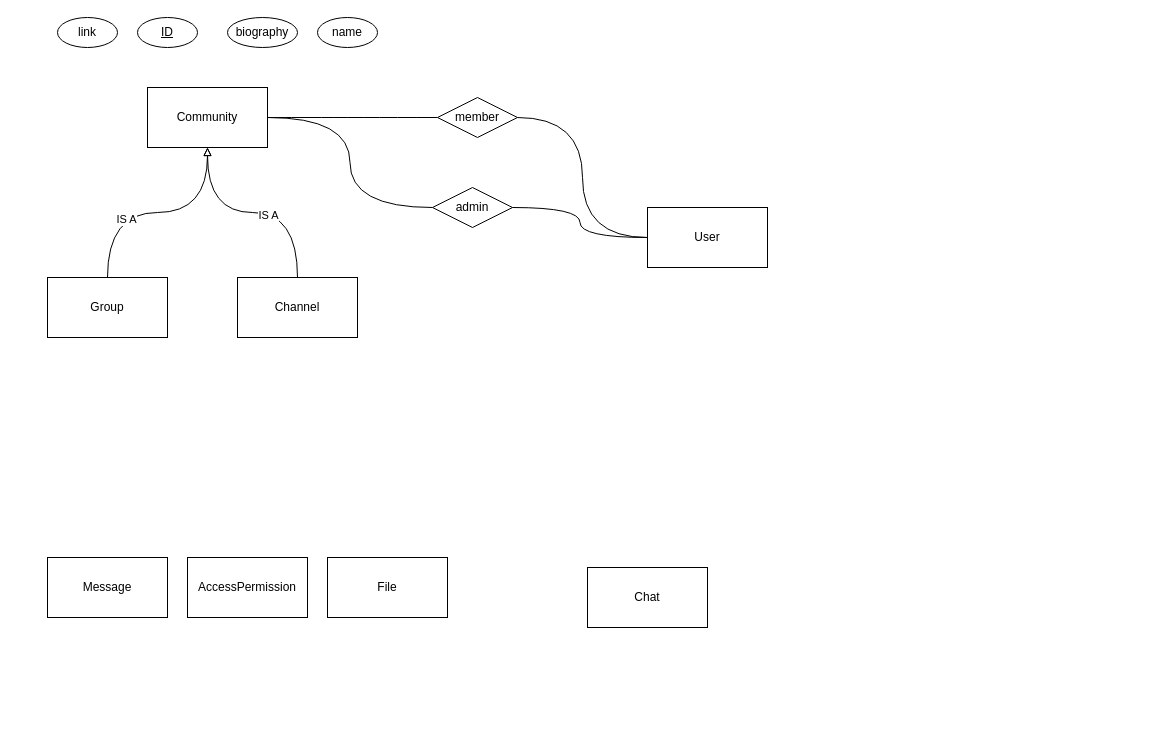
The draw.io diagram ER.drawio in MohsenDehghankar/db-project, before the edit. Source tidied: cells renumbered, new cells numbered last; positions are measured from the earlier drawing's top-left corner, leaving out a move shared by most shapes. Both pictures are drawn from the tidied source at 100%, with x=0, y=0 at pixel (47, 17).
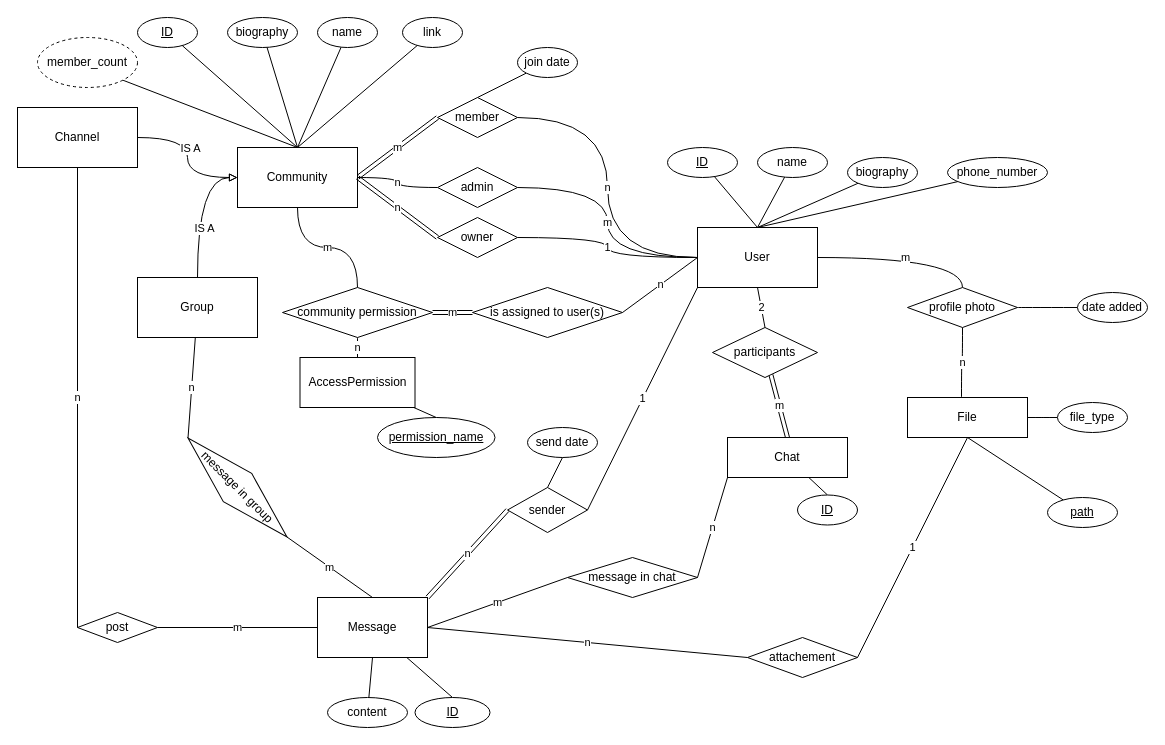
The same page after the edit.

Commit message:
update realtion ships

The change refers to these unchanged cells:
```xml
<mxCell id="15" value="&lt;u&gt;ID&lt;/u&gt;" style="ellipse;whiteSpace=wrap;html=1;" parent="1" vertex="1">
  <mxGeometry x="90" width="60" height="30" as="geometry" />
</mxCell>
<mxCell id="16" value="name" style="ellipse;whiteSpace=wrap;html=1;" parent="1" vertex="1">
  <mxGeometry x="270" width="60" height="30" as="geometry" />
</mxCell>
<mxCell id="17" value="biography" style="ellipse;whiteSpace=wrap;html=1;" parent="1" vertex="1">
  <mxGeometry x="180" width="70" height="30" as="geometry" />
</mxCell>
<mxCell id="21" value="member" style="rhombus;whiteSpace=wrap;html=1;" parent="1" vertex="1">
  <mxGeometry x="390" y="80" width="80" height="40" as="geometry" />
</mxCell>
```

What changed in the source:
```diff
@@
-    <mxCell id="2" style="edgeStyle=orthogonalEdgeStyle;curved=1;rounded=0;jettySize=auto;html=1;exitX=0.5;exitY=0;exitDx=0;exitDy=0;startArrow=none;startFill=0;endArrow=block;endFill=0;strokeColor=#000000;entryX=0.5;entryY=1;entryDx=0;entryDy=0;" parent="1" edge="1" source="4" target="20">
+    <mxCell id="2" style="edgeStyle=orthogonalEdgeStyle;curved=1;rounded=0;jettySize=auto;html=1;exitX=0.5;exitY=0;exitDx=0;exitDy=0;startArrow=none;startFill=0;endArrow=block;endFill=0;strokeColor=#000000;entryX=0;entryY=0.5;entryDx=0;entryDy=0;entryPerimeter=0;" parent="1" edge="1" source="4" target="20">
       <mxGeometry relative="1" as="geometry" />
     </mxCell>
@@
+    <mxCell id="24" value="n" style="edgeStyle=none;jettySize=auto;html=1;entryX=0;entryY=0.5;entryDx=0;entryDy=0;startArrow=none;startFill=0;endArrow=none;endFill=0;strokeColor=#000000;" parent="1" edge="1" source="4" target="78">
+      <mxGeometry relative="1" as="geometry" />
+    </mxCell>
     <mxCell id="4" value="Group" style="rounded=0;whiteSpace=wrap;html=1;" parent="1" vertex="1">
-      <mxGeometry y="260" width="120" height="60" as="geometry" />
+      <mxGeometry x="90" y="260" width="120" height="60" as="geometry" />
     </mxCell>
-    <mxCell id="5" style="edgeStyle=orthogonalEdgeStyle;curved=1;jettySize=auto;html=1;exitX=0;exitY=0.5;exitDx=0;exitDy=0;entryX=1;entryY=0.5;entryDx=0;entryDy=0;startArrow=none;startFill=0;endArrow=none;endFill=0;strokeColor=#000000;" parent="1" edge="1" source="7" target="21">
+    <mxCell id="5" value="n" style="edgeStyle=orthogonalEdgeStyle;curved=1;jettySize=auto;html=1;exitX=0;exitY=0.5;exitDx=0;exitDy=0;entryX=1;entryY=0.5;entryDx=0;entryDy=0;startArrow=none;startFill=0;endArrow=none;endFill=0;strokeColor=#000000;" parent="1" edge="1" source="7" target="21">
       <mxGeometry relative="1" as="geometry" />
     </mxCell>
-    <mxCell id="6" style="edgeStyle=orthogonalEdgeStyle;curved=1;jettySize=auto;html=1;exitX=0;exitY=0.5;exitDx=0;exitDy=0;entryX=1;entryY=0.5;entryDx=0;entryDy=0;startArrow=none;startFill=0;endArrow=none;endFill=0;strokeColor=#000000;" parent="1" edge="1" source="7" target="23">
+    <mxCell id="6" value="m" style="edgeStyle=orthogonalEdgeStyle;curved=1;jettySize=auto;html=1;exitX=0;exitY=0.5;exitDx=0;exitDy=0;entryX=1;entryY=0.5;entryDx=0;entryDy=0;startArrow=none;startFill=0;endArrow=none;endFill=0;strokeColor=#000000;" parent="1" edge="1" source="7" target="23">
       <mxGeometry relative="1" as="geometry" />
     </mxCell>
+    <mxCell id="25" value="m" style="edgeStyle=orthogonalEdgeStyle;curved=1;jettySize=auto;html=1;entryX=0.5;entryY=0;entryDx=0;entryDy=0;startArrow=none;startFill=0;endArrow=none;endFill=0;strokeColor=#000000;" parent="1" edge="1" source="7" target="55">
+      <mxGeometry relative="1" as="geometry" />
+    </mxCell>
+    <mxCell id="26" value="1" style="edgeStyle=none;jettySize=auto;html=1;exitX=0;exitY=1;exitDx=0;exitDy=0;entryX=1;entryY=0.5;entryDx=0;entryDy=0;startArrow=none;startFill=0;endArrow=none;endFill=0;strokeColor=#000000;" parent="1" edge="1" source="7" target="68">
+      <mxGeometry relative="1" as="geometry" />
+    </mxCell>
     <mxCell id="7" value="User" style="rounded=0;whiteSpace=wrap;html=1;" parent="1" vertex="1">
-      <mxGeometry x="600" y="190" width="120" height="60" as="geometry" />
+      <mxGeometry x="650" y="210" width="120" height="60" as="geometry" />
     </mxCell>
+    <mxCell id="27" style="edgeStyle=none;jettySize=auto;html=1;entryX=0.5;entryY=0;entryDx=0;entryDy=0;startArrow=none;startFill=0;endArrow=none;endFill=0;strokeColor=#000000;" parent="1" edge="1" source="8" target="71">
+      <mxGeometry relative="1" as="geometry" />
+    </mxCell>
+    <mxCell id="28" value="n" style="edgeStyle=none;jettySize=auto;html=1;exitX=1;exitY=0.5;exitDx=0;exitDy=0;entryX=0;entryY=0.5;entryDx=0;entryDy=0;startArrow=none;startFill=0;endArrow=none;endFill=0;strokeColor=#000000;" parent="1" edge="1" source="8" target="74">
+      <mxGeometry relative="1" as="geometry" />
+    </mxCell>
     <mxCell id="8" value="Message" style="rounded=0;whiteSpace=wrap;html=1;" parent="1" vertex="1">
-      <mxGeometry y="540" width="120" height="60" as="geometry" />
+      <mxGeometry x="270" y="580" width="110" height="60" as="geometry" />
     </mxCell>
+    <mxCell id="29" style="edgeStyle=none;jettySize=auto;html=1;entryX=0.5;entryY=0;entryDx=0;entryDy=0;startArrow=none;startFill=0;endArrow=none;endFill=0;strokeColor=#000000;" parent="1" edge="1" source="9" target="64">
+      <mxGeometry relative="1" as="geometry" />
+    </mxCell>
     <mxCell id="9" value="AccessPermission" style="rounded=0;whiteSpace=wrap;html=1;" parent="1" vertex="1">
-      <mxGeometry x="140" y="540" width="120" height="60" as="geometry" />
+      <mxGeometry x="252.5" y="340" width="115" height="50" as="geometry" />
     </mxCell>
+    <mxCell id="30" style="edgeStyle=orthogonalEdgeStyle;curved=1;jettySize=auto;html=1;entryX=0;entryY=0.5;entryDx=0;entryDy=0;startArrow=none;startFill=0;endArrow=none;endFill=0;strokeColor=#000000;" parent="1" edge="1" source="10" target="57">
+      <mxGeometry relative="1" as="geometry" />
+    </mxCell>
+    <mxCell id="31" value="1" style="jettySize=auto;html=1;exitX=0.5;exitY=1;exitDx=0;exitDy=0;entryX=1;entryY=0.5;entryDx=0;entryDy=0;startArrow=none;startFill=0;endArrow=none;endFill=0;strokeColor=#000000;" parent="1" edge="1" source="10" target="74">
+      <mxGeometry relative="1" as="geometry" />
+    </mxCell>
     <mxCell id="10" value="File" style="rounded=0;whiteSpace=wrap;html=1;" parent="1" vertex="1">
-      <mxGeometry x="280" y="540" width="120" height="60" as="geometry" />
+      <mxGeometry x="860" y="380" width="120" height="40" as="geometry" />
     </mxCell>
-    <mxCell id="11" style="edgeStyle=orthogonalEdgeStyle;curved=1;rounded=0;jettySize=auto;html=1;entryX=0.5;entryY=1;entryDx=0;entryDy=0;startArrow=none;startFill=0;endArrow=block;endFill=0;strokeColor=#000000;" parent="1" edge="1" source="13" target="20">
+    <mxCell id="11" style="edgeStyle=orthogonalEdgeStyle;curved=1;rounded=0;jettySize=auto;html=1;entryX=0;entryY=0.5;entryDx=0;entryDy=0;startArrow=none;startFill=0;endArrow=block;endFill=0;strokeColor=#000000;" parent="1" edge="1" source="13" target="20">
       <mxGeometry relative="1" as="geometry" />
     </mxCell>
@@
+    <mxCell id="32" value="n" style="edgeStyle=none;jettySize=auto;html=1;exitX=0.5;exitY=1;exitDx=0;exitDy=0;entryX=0;entryY=0.5;entryDx=0;entryDy=0;startArrow=none;startFill=0;endArrow=none;endFill=0;strokeColor=#000000;" parent="1" edge="1" source="13" target="76">
+      <mxGeometry relative="1" as="geometry" />
+    </mxCell>
     <mxCell id="13" value="Channel" style="rounded=0;whiteSpace=wrap;html=1;" parent="1" vertex="1">
-      <mxGeometry x="190" y="260" width="120" height="60" as="geometry" />
+      <mxGeometry x="-30" y="90" width="120" height="60" as="geometry" />
     </mxCell>
+    <mxCell id="33" style="edgeStyle=none;jettySize=auto;html=1;entryX=0.5;entryY=0;entryDx=0;entryDy=0;startArrow=none;startFill=0;endArrow=none;endFill=0;strokeColor=#000000;" parent="1" edge="1" source="14" target="63">
+      <mxGeometry relative="1" as="geometry" />
+    </mxCell>
+    <mxCell id="34" value="n" style="edgeStyle=none;jettySize=auto;html=1;exitX=0;exitY=1;exitDx=0;exitDy=0;entryX=1;entryY=0.5;entryDx=0;entryDy=0;startArrow=none;startFill=0;endArrow=none;endFill=0;strokeColor=#000000;" parent="1" edge="1" source="14" target="80">
+      <mxGeometry relative="1" as="geometry" />
+    </mxCell>
     <mxCell id="14" value="Chat" style="rounded=0;whiteSpace=wrap;html=1;" parent="1" vertex="1">
-      <mxGeometry x="540" y="550" width="120" height="60" as="geometry" />
+      <mxGeometry x="680" y="420" width="120" height="40" as="geometry" />
     </mxCell>
+    <mxCell id="35" style="jettySize=auto;html=1;entryX=0.5;entryY=0;entryDx=0;entryDy=0;startArrow=none;startFill=0;endArrow=none;endFill=0;strokeColor=#000000;" parent="1" edge="1" source="15" target="20">
+      <mxGeometry relative="1" as="geometry" />
+    </mxCell>
@@
+    <mxCell id="36" style="edgeStyle=none;jettySize=auto;html=1;startArrow=none;startFill=0;endArrow=none;endFill=0;strokeColor=#000000;" parent="1" edge="1" source="16">
+      <mxGeometry relative="1" as="geometry">
+        <mxPoint x="250" y="130" as="targetPoint" />
+      </mxGeometry>
+    </mxCell>
@@
+    <mxCell id="37" style="edgeStyle=none;jettySize=auto;html=1;entryX=0.5;entryY=0;entryDx=0;entryDy=0;startArrow=none;startFill=0;endArrow=none;endFill=0;strokeColor=#000000;" parent="1" edge="1" source="17" target="20">
+      <mxGeometry relative="1" as="geometry" />
+    </mxCell>
@@
+    <mxCell id="38" style="edgeStyle=none;jettySize=auto;html=1;entryX=0.5;entryY=0;entryDx=0;entryDy=0;startArrow=none;startFill=0;endArrow=none;endFill=0;strokeColor=#000000;" parent="1" edge="1" source="18" target="20">
+      <mxGeometry relative="1" as="geometry" />
+    </mxCell>
     <mxCell id="18" value="link" style="ellipse;whiteSpace=wrap;html=1;" parent="1" vertex="1">
-      <mxGeometry x="10" width="60" height="30" as="geometry" />
+      <mxGeometry x="355" width="60" height="30" as="geometry" />
     </mxCell>
-    <mxCell id="19" style="edgeStyle=orthogonalEdgeStyle;jettySize=auto;html=1;exitX=1;exitY=0.5;exitDx=0;exitDy=0;entryX=0;entryY=0.5;entryDx=0;entryDy=0;startArrow=none;startFill=0;endArrow=none;endFill=0;strokeColor=#000000;curved=1;" parent="1" edge="1" source="20" target="21">
+    <mxCell id="19" value="m" style="jettySize=auto;html=1;exitX=1;exitY=0.5;exitDx=0;exitDy=0;entryX=0;entryY=0.5;entryDx=0;entryDy=0;startArrow=none;startFill=0;endArrow=none;endFill=0;strokeColor=#000000;shape=link;" parent="1" edge="1" source="20" target="21">
       <mxGeometry relative="1" as="geometry" />
     </mxCell>
     <mxCell id="20" value="Community" style="rounded=0;whiteSpace=wrap;html=1;" parent="1" vertex="1">
-      <mxGeometry x="100" y="70" width="120" height="60" as="geometry" />
+      <mxGeometry x="190" y="130" width="120" height="60" as="geometry" />
     </mxCell>
@@
-    <mxCell id="22" style="edgeStyle=orthogonalEdgeStyle;curved=1;jettySize=auto;html=1;exitX=0;exitY=0.5;exitDx=0;exitDy=0;entryX=1;entryY=0.5;entryDx=0;entryDy=0;startArrow=none;startFill=0;endArrow=none;endFill=0;strokeColor=#000000;" parent="1" edge="1" source="23" target="20">
+    <mxCell id="22" value="n" style="edgeStyle=orthogonalEdgeStyle;curved=1;jettySize=auto;html=1;exitX=0;exitY=0.5;exitDx=0;exitDy=0;entryX=1;entryY=0.5;entryDx=0;entryDy=0;startArrow=none;startFill=0;endArrow=none;endFill=0;strokeColor=#000000;" parent="1" edge="1" source="23" target="20">
       <mxGeometry relative="1" as="geometry" />
     </mxCell>
     <mxCell id="23" value="admin" style="rhombus;whiteSpace=wrap;html=1;" parent="1" vertex="1">
-      <mxGeometry x="385" y="170" width="80" height="40" as="geometry" />
+      <mxGeometry x="390" y="150" width="80" height="40" as="geometry" />
     </mxCell>
+    <mxCell id="39" value="m" style="edgeStyle=orthogonalEdgeStyle;curved=1;jettySize=auto;html=1;entryX=0.5;entryY=1;entryDx=0;entryDy=0;startArrow=none;startFill=0;endArrow=none;endFill=0;strokeColor=#000000;" parent="1" edge="1" source="41" target="20">
+      <mxGeometry relative="1" as="geometry" />
+    </mxCell>
+    <mxCell id="40" value="n" style="edgeStyle=orthogonalEdgeStyle;curved=1;jettySize=auto;html=1;exitX=0.5;exitY=1;exitDx=0;exitDy=0;entryX=0.5;entryY=0;entryDx=0;entryDy=0;startArrow=none;startFill=0;endArrow=none;endFill=0;strokeColor=#000000;" parent="1" edge="1" source="41" target="9">
+      <mxGeometry relative="1" as="geometry" />
+    </mxCell>
+    <mxCell id="41" value="community permission" style="rhombus;whiteSpace=wrap;html=1;" parent="1" vertex="1">
+      <mxGeometry x="235" y="270" width="150" height="50" as="geometry" />
+    </mxCell>
+    <mxCell id="42" value="n" style="edgeStyle=none;jettySize=auto;html=1;exitX=1;exitY=0.5;exitDx=0;exitDy=0;entryX=0;entryY=0.5;entryDx=0;entryDy=0;startArrow=none;startFill=0;endArrow=none;endFill=0;strokeColor=#000000;" parent="1" edge="1" source="44" target="7">
+      <mxGeometry relative="1" as="geometry" />
+    </mxCell>
+    <mxCell id="43" value="m" style="edgeStyle=none;jettySize=auto;html=1;exitX=0;exitY=0.5;exitDx=0;exitDy=0;entryX=1;entryY=0.5;entryDx=0;entryDy=0;startArrow=none;startFill=0;endArrow=none;endFill=0;strokeColor=#000000;shape=link;" parent="1" edge="1" source="44" target="41">
+      <mxGeometry relative="1" as="geometry" />
+    </mxCell>
+    <mxCell id="44" value="is assigned to user(s)" style="rhombus;whiteSpace=wrap;html=1;" parent="1" vertex="1">
+      <mxGeometry x="425" y="270" width="150" height="50" as="geometry" />
+    </mxCell>
+    <mxCell id="45" style="edgeStyle=none;jettySize=auto;html=1;entryX=0.5;entryY=0;entryDx=0;entryDy=0;startArrow=none;startFill=0;endArrow=none;endFill=0;strokeColor=#000000;" parent="1" edge="1" source="46" target="7">
+      <mxGeometry relative="1" as="geometry" />
+    </mxCell>
+    <mxCell id="46" value="&lt;u&gt;ID&lt;/u&gt;" style="ellipse;whiteSpace=wrap;html=1;" parent="1" vertex="1">
+      <mxGeometry x="620" y="130" width="70" height="30" as="geometry" />
+    </mxCell>
+    <mxCell id="47" style="edgeStyle=none;jettySize=auto;html=1;entryX=0.5;entryY=0;entryDx=0;entryDy=0;startArrow=none;startFill=0;endArrow=none;endFill=0;strokeColor=#000000;" parent="1" edge="1" source="48" target="7">
+      <mxGeometry relative="1" as="geometry" />
+    </mxCell>
+    <mxCell id="48" value="biography" style="ellipse;whiteSpace=wrap;html=1;" parent="1" vertex="1">
+      <mxGeometry x="800" y="140" width="70" height="30" as="geometry" />
+    </mxCell>
+    <mxCell id="49" style="edgeStyle=none;jettySize=auto;html=1;startArrow=none;startFill=0;endArrow=none;endFill=0;strokeColor=#000000;" parent="1" edge="1" source="50">
+      <mxGeometry relative="1" as="geometry">
+        <mxPoint x="710" y="210" as="targetPoint" />
+      </mxGeometry>
+    </mxCell>
+    <mxCell id="50" value="name" style="ellipse;whiteSpace=wrap;html=1;" parent="1" vertex="1">
+      <mxGeometry x="710" y="130" width="70" height="30" as="geometry" />
+    </mxCell>
+    <mxCell id="51" style="edgeStyle=none;jettySize=auto;html=1;startArrow=none;startFill=0;endArrow=none;endFill=0;strokeColor=#000000;" parent="1" edge="1" source="52">
+      <mxGeometry relative="1" as="geometry">
+        <mxPoint x="710" y="210" as="targetPoint" />
+      </mxGeometry>
+    </mxCell>
+    <mxCell id="52" value="phone_number" style="ellipse;whiteSpace=wrap;html=1;" parent="1" vertex="1">
+      <mxGeometry x="900" y="140" width="100" height="30" as="geometry" />
+    </mxCell>
+    <mxCell id="53" value="n" style="edgeStyle=orthogonalEdgeStyle;curved=1;jettySize=auto;html=1;exitX=0.5;exitY=1;exitDx=0;exitDy=0;entryX=0.45;entryY=-0.017;entryDx=0;entryDy=0;entryPerimeter=0;startArrow=none;startFill=0;endArrow=none;endFill=0;strokeColor=#000000;" parent="1" edge="1" source="55" target="10">
+      <mxGeometry relative="1" as="geometry" />
+    </mxCell>
+    <mxCell id="54" style="edgeStyle=orthogonalEdgeStyle;curved=1;jettySize=auto;html=1;entryX=0;entryY=0.5;entryDx=0;entryDy=0;startArrow=none;startFill=0;endArrow=none;endFill=0;strokeColor=#000000;" parent="1" edge="1" source="55" target="56">
+      <mxGeometry relative="1" as="geometry" />
+    </mxCell>
+    <mxCell id="55" value="profile photo" style="rhombus;whiteSpace=wrap;html=1;" parent="1" vertex="1">
+      <mxGeometry x="860" y="270" width="110" height="40" as="geometry" />
+    </mxCell>
+    <mxCell id="56" value="date added" style="ellipse;whiteSpace=wrap;html=1;" parent="1" vertex="1">
+      <mxGeometry x="1030" y="275" width="70" height="30" as="geometry" />
+    </mxCell>
+    <mxCell id="57" value="file_type" style="ellipse;whiteSpace=wrap;html=1;" parent="1" vertex="1">
+      <mxGeometry x="1010" y="385" width="70" height="30" as="geometry" />
+    </mxCell>
+    <mxCell id="58" style="edgeStyle=none;jettySize=auto;html=1;entryX=0.5;entryY=1;entryDx=0;entryDy=0;startArrow=none;startFill=0;endArrow=none;endFill=0;strokeColor=#000000;" parent="1" edge="1" source="59" target="10">
+      <mxGeometry relative="1" as="geometry" />
+    </mxCell>
+    <mxCell id="59" value="&lt;u&gt;path&lt;/u&gt;" style="ellipse;whiteSpace=wrap;html=1;" parent="1" vertex="1">
+      <mxGeometry x="1000" y="480" width="70" height="30" as="geometry" />
+    </mxCell>
+    <mxCell id="60" value="m" style="edgeStyle=none;jettySize=auto;html=1;entryX=0.5;entryY=0;entryDx=0;entryDy=0;startArrow=none;startFill=0;endArrow=none;endFill=0;strokeColor=#000000;shape=link;" parent="1" edge="1" source="62" target="14">
+      <mxGeometry relative="1" as="geometry" />
+    </mxCell>
+    <mxCell id="61" value="2" style="edgeStyle=none;jettySize=auto;html=1;entryX=0.5;entryY=1;entryDx=0;entryDy=0;startArrow=none;startFill=0;endArrow=none;endFill=0;strokeColor=#000000;exitX=0.5;exitY=0;exitDx=0;exitDy=0;" parent="1" edge="1" source="62" target="7">
+      <mxGeometry relative="1" as="geometry" />
+    </mxCell>
+    <mxCell id="62" value="participants" style="rhombus;whiteSpace=wrap;html=1;" parent="1" vertex="1">
+      <mxGeometry x="665" y="310" width="105" height="50" as="geometry" />
+    </mxCell>
+    <mxCell id="63" value="&lt;u&gt;ID&lt;/u&gt;" style="ellipse;whiteSpace=wrap;html=1;" parent="1" vertex="1">
+      <mxGeometry x="750" y="477.5" width="60" height="30" as="geometry" />
+    </mxCell>
+    <mxCell id="64" value="&lt;u&gt;permission_name&lt;/u&gt;" style="ellipse;whiteSpace=wrap;html=1;" parent="1" vertex="1">
+      <mxGeometry x="330" y="400" width="117.5" height="40" as="geometry" />
+    </mxCell>
+    <mxCell id="65" style="edgeStyle=none;jettySize=auto;html=1;entryX=0.5;entryY=0;entryDx=0;entryDy=0;startArrow=none;startFill=0;endArrow=none;endFill=0;strokeColor=#000000;" parent="1" edge="1" source="66" target="21">
+      <mxGeometry relative="1" as="geometry" />
+    </mxCell>
+    <mxCell id="66" value="join date" style="ellipse;whiteSpace=wrap;html=1;" parent="1" vertex="1">
+      <mxGeometry x="470" y="30" width="60" height="30" as="geometry" />
+    </mxCell>
+    <mxCell id="67" value="n" style="edgeStyle=none;jettySize=auto;html=1;exitX=0;exitY=0.5;exitDx=0;exitDy=0;entryX=1;entryY=0;entryDx=0;entryDy=0;startArrow=none;startFill=0;endArrow=none;endFill=0;strokeColor=#000000;shape=link;" parent="1" edge="1" source="68" target="8">
+      <mxGeometry relative="1" as="geometry" />
+    </mxCell>
+    <mxCell id="68" value="sender" style="rhombus;whiteSpace=wrap;html=1;" parent="1" vertex="1">
+      <mxGeometry x="460" y="470" width="80" height="45" as="geometry" />
+    </mxCell>
+    <mxCell id="69" style="edgeStyle=none;jettySize=auto;html=1;exitX=0.5;exitY=1;exitDx=0;exitDy=0;entryX=0.5;entryY=0;entryDx=0;entryDy=0;startArrow=none;startFill=0;endArrow=none;endFill=0;strokeColor=#000000;" parent="1" edge="1" source="70" target="68">
+      <mxGeometry relative="1" as="geometry" />
+    </mxCell>
+    <mxCell id="70" value="send date" style="ellipse;whiteSpace=wrap;html=1;" parent="1" vertex="1">
+      <mxGeometry x="480" y="410" width="70" height="30" as="geometry" />
+    </mxCell>
+    <mxCell id="71" value="&lt;u&gt;ID&lt;/u&gt;" style="ellipse;whiteSpace=wrap;html=1;" parent="1" vertex="1">
+      <mxGeometry x="367.5" y="680" width="75" height="30" as="geometry" />
+    </mxCell>
+    <mxCell id="72" style="edgeStyle=none;jettySize=auto;html=1;entryX=0.5;entryY=1;entryDx=0;entryDy=0;startArrow=none;startFill=0;endArrow=none;endFill=0;strokeColor=#000000;" parent="1" edge="1" source="73" target="8">
+      <mxGeometry relative="1" as="geometry" />
+    </mxCell>
+    <mxCell id="73" value="content" style="ellipse;whiteSpace=wrap;html=1;" parent="1" vertex="1">
+      <mxGeometry x="280" y="680" width="80" height="30" as="geometry" />
+    </mxCell>
+    <mxCell id="74" value="attachement" style="rhombus;whiteSpace=wrap;html=1;" parent="1" vertex="1">
+      <mxGeometry x="700" y="620" width="110" height="40" as="geometry" />
+    </mxCell>
+    <mxCell id="75" value="m" style="edgeStyle=none;jettySize=auto;html=1;entryX=0;entryY=0.5;entryDx=0;entryDy=0;startArrow=none;startFill=0;endArrow=none;endFill=0;strokeColor=#000000;" parent="1" edge="1" source="76" target="8">
+      <mxGeometry relative="1" as="geometry" />
+    </mxCell>
+    <mxCell id="76" value="post" style="rhombus;whiteSpace=wrap;html=1;" parent="1" vertex="1">
+      <mxGeometry x="30" y="595" width="80" height="30" as="geometry" />
+    </mxCell>
+    <mxCell id="77" value="m" style="jettySize=auto;html=1;exitX=1;exitY=0.5;exitDx=0;exitDy=0;startArrow=none;startFill=0;endArrow=none;endFill=0;strokeColor=#000000;entryX=0.5;entryY=0;entryDx=0;entryDy=0;" parent="1" edge="1" source="78" target="8">
+      <mxGeometry relative="1" as="geometry" />
+    </mxCell>
+    <mxCell id="78" value="message in group" style="rhombus;whiteSpace=wrap;html=1;rotation=45;" parent="1" vertex="1">
+      <mxGeometry x="120" y="450" width="140" height="40" as="geometry" />
+    </mxCell>
+    <mxCell id="79" value="m" style="edgeStyle=none;jettySize=auto;html=1;exitX=0;exitY=0.5;exitDx=0;exitDy=0;entryX=1;entryY=0.5;entryDx=0;entryDy=0;startArrow=none;startFill=0;endArrow=none;endFill=0;strokeColor=#000000;" parent="1" edge="1" source="80" target="8">
+      <mxGeometry relative="1" as="geometry" />
+    </mxCell>
+    <mxCell id="80" value="message in chat" style="rhombus;whiteSpace=wrap;html=1;" parent="1" vertex="1">
+      <mxGeometry x="520" y="540" width="130" height="40" as="geometry" />
+    </mxCell>
+    <mxCell id="81" style="edgeStyle=none;jettySize=auto;html=1;exitX=1;exitY=1;exitDx=0;exitDy=0;startArrow=none;startFill=0;endArrow=none;endFill=0;strokeColor=#000000;" parent="1" edge="1" source="82">
+      <mxGeometry relative="1" as="geometry">
+        <mxPoint x="250" y="130" as="targetPoint" />
+      </mxGeometry>
+    </mxCell>
+    <mxCell id="82" value="member_count" style="ellipse;whiteSpace=wrap;html=1;dashed=1;" parent="1" vertex="1">
+      <mxGeometry x="-10" y="20" width="100" height="50" as="geometry" />
+    </mxCell>
+    <mxCell id="83" value="1" style="edgeStyle=orthogonalEdgeStyle;jettySize=auto;html=1;entryX=0;entryY=0.5;entryDx=0;entryDy=0;startArrow=none;startFill=0;endArrow=none;endFill=0;strokeColor=#000000;curved=1;" parent="1" edge="1" source="85" target="7">
+      <mxGeometry relative="1" as="geometry" />
+    </mxCell>
+    <mxCell id="84" value="n" style="jettySize=auto;html=1;exitX=0;exitY=0.5;exitDx=0;exitDy=0;entryX=1;entryY=0.5;entryDx=0;entryDy=0;startArrow=none;startFill=0;endArrow=none;endFill=0;strokeColor=#000000;shape=link;" parent="1" edge="1" source="85" target="20">
+      <mxGeometry relative="1" as="geometry" />
+    </mxCell>
+    <mxCell id="85" value="owner" style="rhombus;whiteSpace=wrap;html=1;" parent="1" vertex="1">
+      <mxGeometry x="390" y="200" width="80" height="40" as="geometry" />
+    </mxCell>
```
